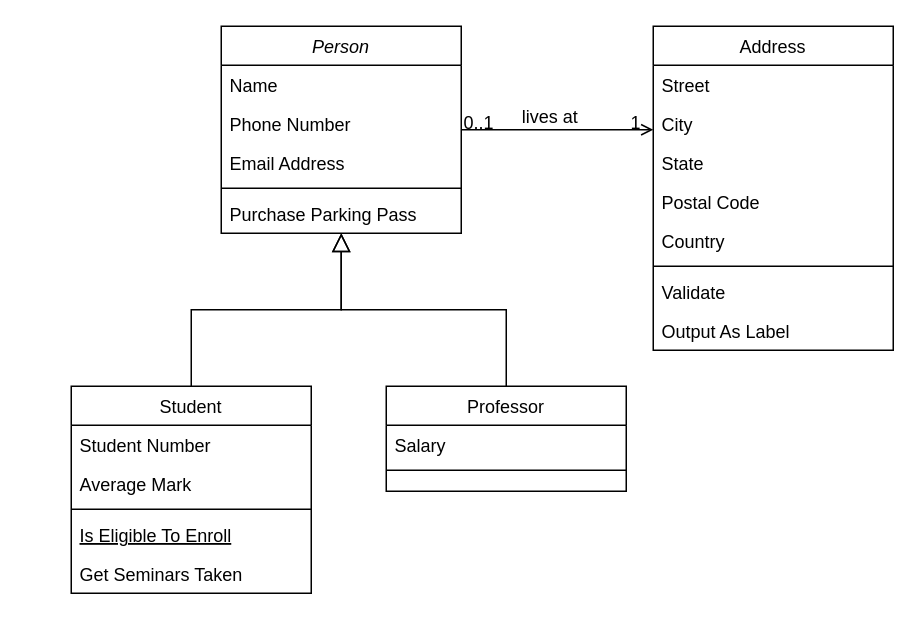
Earlier version of the draw.io diagram 名称未設定ファイル.drawio (yf-1229/PiNode). Source tidied: cells renumbered, new cells numbered last; positions are measured from the earlier drawing's top-left corner, leaving out a move shared by most shapes. Both pictures are drawn from the tidied source at 150%, with x=0, y=0 at pixel (70, 26).
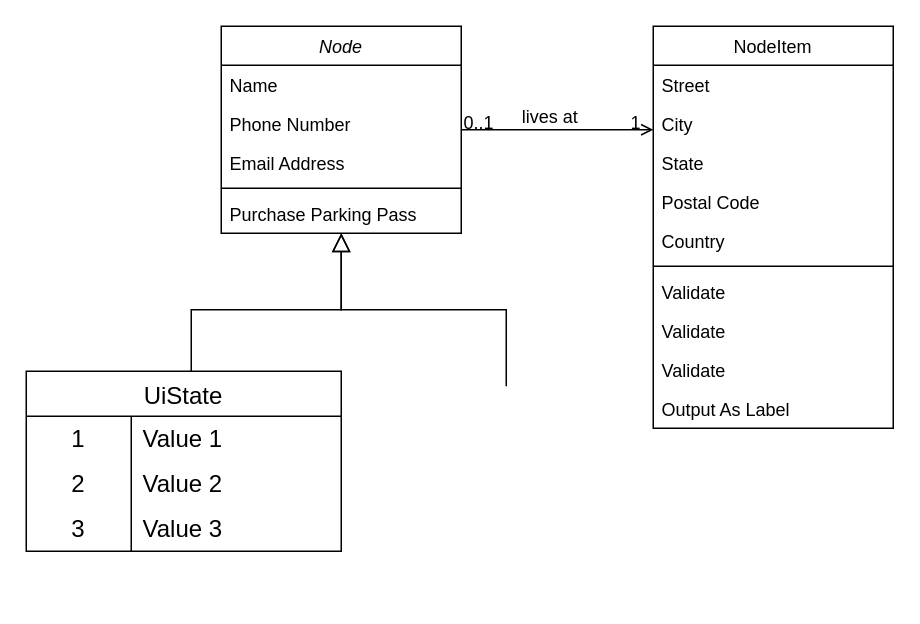
The same diagram, later.

Commit message:
名称未設定ファイル.drawio を更新します

Diff of the diagram source:
```diff
@@
-    <mxCell id="2" value="Person" style="swimlane;fontStyle=2;align=center;verticalAlign=top;horizontal=1;startSize=26;rounded=0;shadow=0;strokeWidth=1;" parent="1" vertex="1">
+    <mxCell id="2" value="Node" style="swimlane;fontStyle=2;align=center;verticalAlign=top;horizontal=1;startSize=26;rounded=0;shadow=0;strokeWidth=1;" parent="1" vertex="1">
       <mxGeometry x="100" width="160" height="138" as="geometry" />
     </mxCell>
@@
-    <mxCell id="8" value="Student" style="swimlane;fontStyle=0;align=center;verticalAlign=top;horizontal=1;startSize=26;rounded=0;shadow=0;strokeWidth=1;" parent="1" vertex="1">
-      <mxGeometry y="240" width="160" height="138" as="geometry" />
-    </mxCell>
-    <mxCell id="9" value="Student Number" style="text;align=left;verticalAlign=top;spacingLeft=4;spacingRight=4;overflow=hidden;" parent="8" vertex="1">
-      <mxGeometry y="26" width="160" height="26" as="geometry" />
-    </mxCell>
-    <mxCell id="10" value="Average Mark" style="text;align=left;verticalAlign=top;spacingLeft=4;spacingRight=4;overflow=hidden;rounded=0;shadow=0;html=0;" parent="8" vertex="1">
-      <mxGeometry y="52" width="160" height="26" as="geometry" />
-    </mxCell>
-    <mxCell id="11" style="line;html=1;strokeWidth=1;align=left;verticalAlign=middle;spacingTop=-1;spacingLeft=3;spacingRight=3;labelPosition=right;" parent="8" vertex="1">
-      <mxGeometry y="78" width="160" height="8" as="geometry" />
-    </mxCell>
-    <mxCell id="12" value="Is Eligible To Enroll" style="text;align=left;verticalAlign=top;spacingLeft=4;spacingRight=4;overflow=hidden;fontStyle=4;" parent="8" vertex="1">
-      <mxGeometry y="86" width="160" height="26" as="geometry" />
-    </mxCell>
-    <mxCell id="13" value="Get Seminars Taken" style="text;align=left;verticalAlign=top;spacingLeft=4;spacingRight=4;overflow=hidden;" parent="8" vertex="1">
-      <mxGeometry y="112" width="160" height="26" as="geometry" />
-    </mxCell>
-    <mxCell id="14" style="endArrow=block;endSize=10;endFill=0;shadow=0;strokeWidth=1;rounded=0;curved=0;edgeStyle=elbowEdgeStyle;elbow=vertical;" parent="1" edge="1" source="8" target="2">
-      <mxGeometry relative="1" as="geometry" />
+    <mxCell id="14" style="endArrow=block;endSize=10;endFill=0;shadow=0;strokeWidth=1;rounded=0;curved=0;edgeStyle=elbowEdgeStyle;elbow=vertical;" parent="1" edge="1" target="2">
+      <mxGeometry relative="1" as="geometry">
+        <mxPoint x="80" y="240" as="sourcePoint" />
+      </mxGeometry>
     </mxCell>
-    <mxCell id="15" value="Professor" style="swimlane;fontStyle=0;align=center;verticalAlign=top;horizontal=1;startSize=26;rounded=0;shadow=0;strokeWidth=1;" parent="1" vertex="1">
-      <mxGeometry x="210" y="240" width="160" height="70" as="geometry" />
-    </mxCell>
-    <mxCell id="16" value="Salary" style="text;align=left;verticalAlign=top;spacingLeft=4;spacingRight=4;overflow=hidden;" parent="15" vertex="1">
-      <mxGeometry y="26" width="160" height="26" as="geometry" />
-    </mxCell>
-    <mxCell id="17" style="line;html=1;strokeWidth=1;align=left;verticalAlign=middle;spacingTop=-1;spacingLeft=3;spacingRight=3;labelPosition=right;" parent="15" vertex="1">
-      <mxGeometry y="52" width="160" height="8" as="geometry" />
-    </mxCell>
-    <mxCell id="18" style="endArrow=block;endSize=10;endFill=0;shadow=0;strokeWidth=1;rounded=0;curved=0;edgeStyle=elbowEdgeStyle;elbow=vertical;" parent="1" edge="1" source="15" target="2">
-      <mxGeometry relative="1" as="geometry" />
+    <mxCell id="18" style="endArrow=block;endSize=10;endFill=0;shadow=0;strokeWidth=1;rounded=0;curved=0;edgeStyle=elbowEdgeStyle;elbow=vertical;" parent="1" edge="1" target="2">
+      <mxGeometry relative="1" as="geometry">
+        <mxPoint x="290" y="240" as="sourcePoint" />
+      </mxGeometry>
     </mxCell>
-    <mxCell id="19" value="Address" style="swimlane;fontStyle=0;align=center;verticalAlign=top;horizontal=1;startSize=26;rounded=0;shadow=0;strokeWidth=1;" parent="1" vertex="1">
-      <mxGeometry x="388" width="160" height="216" as="geometry" />
+    <mxCell id="19" value="NodeItem&#10;" style="swimlane;fontStyle=0;align=center;verticalAlign=top;horizontal=1;startSize=26;rounded=0;shadow=0;strokeWidth=1;" parent="1" vertex="1">
+      <mxGeometry x="388" width="160" height="268" as="geometry" />
     </mxCell>
@@
+    <mxCell id="32" value="Validate" style="text;align=left;verticalAlign=top;spacingLeft=4;spacingRight=4;overflow=hidden;" parent="19" vertex="1">
+      <mxGeometry y="164" width="160" height="26" as="geometry" />
+    </mxCell>
+    <mxCell id="33" value="Validate" style="text;align=left;verticalAlign=top;spacingLeft=4;spacingRight=4;overflow=hidden;" parent="19" vertex="1">
+      <mxGeometry y="190" width="160" height="26" as="geometry" />
+    </mxCell>
     <mxCell id="26" value="Validate" style="text;align=left;verticalAlign=top;spacingLeft=4;spacingRight=4;overflow=hidden;" parent="19" vertex="1">
-      <mxGeometry y="164" width="160" height="26" as="geometry" />
+      <mxGeometry y="216" width="160" height="26" as="geometry" />
     </mxCell>
     <mxCell id="27" value="Output As Label" style="text;align=left;verticalAlign=top;spacingLeft=4;spacingRight=4;overflow=hidden;" parent="19" vertex="1">
-      <mxGeometry y="190" width="160" height="26" as="geometry" />
+      <mxGeometry y="242" width="160" height="26" as="geometry" />
     </mxCell>
@@
+    <mxCell id="34" value="UiState" style="shape=table;startSize=30;childLayout=tableLayout;rowLines=0;fontStyle=0;strokeColor=default;fontSize=16;" parent="1" vertex="1">
+      <mxGeometry x="-30" y="230" width="210" height="120" as="geometry" />
+    </mxCell>
+    <mxCell id="35" style="shape=tableRow;horizontal=0;startSize=0;swimlaneHead=0;swimlaneBody=0;top=0;left=0;bottom=0;right=0;fillColor=none;strokeColor=inherit;fontSize=16;" parent="34" vertex="1">
+      <mxGeometry y="30" width="210" height="30" as="geometry" />
+    </mxCell>
+    <mxCell id="36" value="1" style="shape=partialRectangle;html=1;whiteSpace=wrap;fillColor=none;top=0;left=0;bottom=0;right=0;overflow=hidden;strokeColor=inherit;fontSize=16;" parent="35" vertex="1">
+      <mxGeometry width="70" height="30" as="geometry" />
+    </mxCell>
+    <mxCell id="37" value="Value 1" style="shape=partialRectangle;html=1;whiteSpace=wrap;fillColor=none;top=0;left=0;bottom=0;right=0;align=left;spacingLeft=6;overflow=hidden;strokeColor=inherit;fontSize=16;" parent="35" vertex="1">
+      <mxGeometry x="70" width="140" height="30" as="geometry" />
+    </mxCell>
+    <mxCell id="38" style="shape=tableRow;horizontal=0;startSize=0;swimlaneHead=0;swimlaneBody=0;top=0;left=0;bottom=0;right=0;fillColor=none;strokeColor=inherit;fontSize=16;" parent="34" vertex="1">
+      <mxGeometry y="60" width="210" height="30" as="geometry" />
+    </mxCell>
+    <mxCell id="39" value="2" style="shape=partialRectangle;html=1;whiteSpace=wrap;fillColor=none;top=0;left=0;bottom=0;right=0;overflow=hidden;strokeColor=inherit;fontSize=16;" parent="38" vertex="1">
+      <mxGeometry width="70" height="30" as="geometry" />
+    </mxCell>
+    <mxCell id="40" value="Value 2" style="shape=partialRectangle;html=1;whiteSpace=wrap;fillColor=none;top=0;left=0;bottom=0;right=0;align=left;spacingLeft=6;overflow=hidden;strokeColor=inherit;fontSize=16;" parent="38" vertex="1">
+      <mxGeometry x="70" width="140" height="30" as="geometry" />
+    </mxCell>
+    <mxCell id="41" style="shape=tableRow;horizontal=0;startSize=0;swimlaneHead=0;swimlaneBody=0;top=0;left=0;bottom=0;right=0;fillColor=none;strokeColor=inherit;fontSize=16;" parent="34" vertex="1">
+      <mxGeometry y="90" width="210" height="30" as="geometry" />
+    </mxCell>
+    <mxCell id="42" value="3" style="shape=partialRectangle;html=1;whiteSpace=wrap;fillColor=none;top=0;left=0;bottom=0;right=0;overflow=hidden;strokeColor=inherit;fontSize=16;" parent="41" vertex="1">
+      <mxGeometry width="70" height="30" as="geometry" />
+    </mxCell>
+    <mxCell id="43" value="Value 3" style="shape=partialRectangle;html=1;whiteSpace=wrap;fillColor=none;top=0;left=0;bottom=0;right=0;align=left;spacingLeft=6;overflow=hidden;strokeColor=inherit;fontSize=16;" parent="41" vertex="1">
+      <mxGeometry x="70" width="140" height="30" as="geometry" />
+    </mxCell>
```
